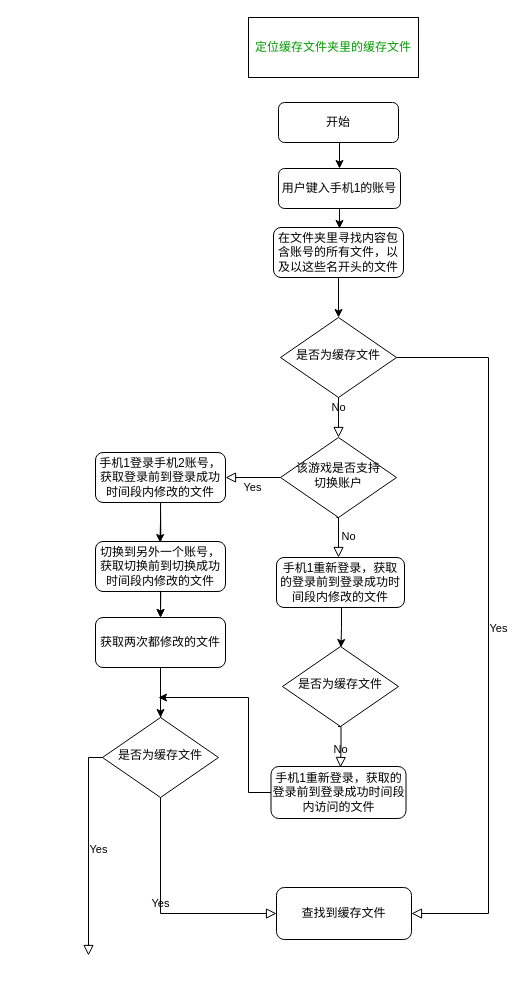
Above: loc_file.drawio in linxierr/TVGuoBT (draw.io), before the change. Source tidied: cells renumbered, new cells numbered last; positions are measured from the earlier drawing's top-left corner, leaving out a move shared by most shapes. Both pictures are drawn from the tidied source at 100%, with x=0, y=0 at pixel (88, 17).
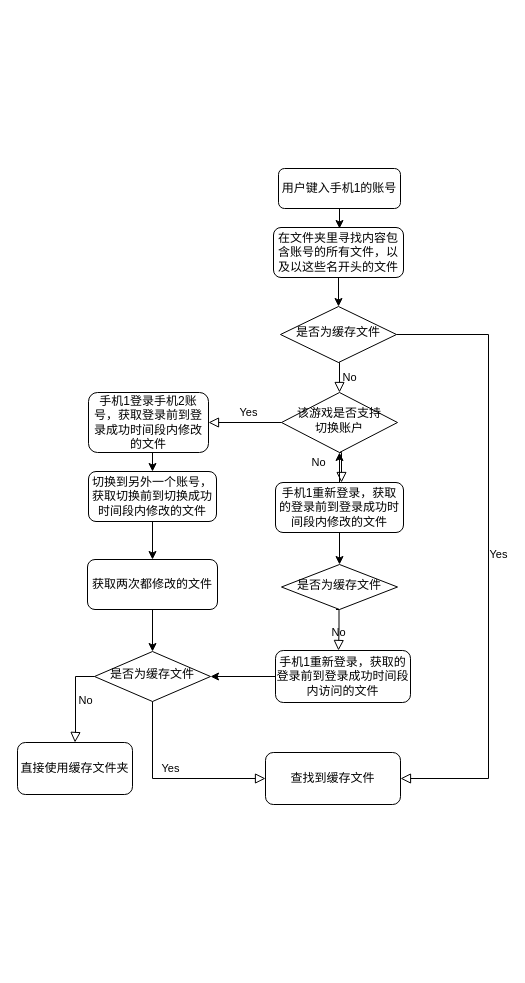
After the change.

The change refers to these unchanged cells:
```xml
<mxCell id="4" value="用户键入手机1的账号" style="rounded=1;whiteSpace=wrap;html=1;fontSize=12;glass=0;strokeWidth=1;shadow=0;" parent="1" vertex="1">
  <mxGeometry x="190" y="151" width="122" height="40" as="geometry" />
</mxCell>
```

The edit, as a diff of the source:
```diff
@@
-    <mxCell id="2" value="&lt;font color=&quot;#009900&quot;&gt;定位缓存文件夹里的缓存文件&lt;/font&gt;" style="rounded=0;whiteSpace=wrap;html=1;" parent="1" vertex="1">
-      <mxGeometry x="160" width="170" height="60" as="geometry" />
-    </mxCell>
-    <mxCell id="3" value="开始" style="rounded=1;whiteSpace=wrap;html=1;fontSize=12;glass=0;strokeWidth=1;shadow=0;" parent="1" vertex="1">
-      <mxGeometry x="190" y="85" width="120" height="40" as="geometry" />
-    </mxCell>
@@
-    <mxCell id="6" style="edgeStyle=orthogonalEdgeStyle;rounded=0;jettySize=auto;html=1;exitX=0.5;exitY=1;exitDx=0;exitDy=0;entryX=0.5;entryY=0;entryDx=0;entryDy=0;" parent="1" edge="1" source="3" target="4">
-      <mxGeometry relative="1" as="geometry" />
-    </mxCell>
@@
-    <mxCell id="8" style="edgeStyle=orthogonalEdgeStyle;rounded=0;jettySize=auto;html=1;" parent="1" edge="1" target="24">
-      <mxGeometry relative="1" as="geometry">
-        <mxPoint x="72" y="690" as="sourcePoint" />
-      </mxGeometry>
-    </mxCell>
     <mxCell id="9" value="是否为缓存文件" style="rhombus;whiteSpace=wrap;html=1;shadow=0;fontFamily=Helvetica;fontSize=12;align=center;strokeWidth=1;spacing=6;spacingTop=-4;" parent="1" vertex="1">
-      <mxGeometry x="192" y="300" width="116" height="80" as="geometry" />
+      <mxGeometry x="192" y="289" width="116" height="56" as="geometry" />
     </mxCell>
-    <mxCell id="10" value="No&lt;br&gt;" style="edgeStyle=orthogonalEdgeStyle;rounded=0;html=1;jettySize=auto;fontSize=11;endArrow=block;endFill=0;endSize=8;strokeWidth=1;shadow=0;labelBackgroundColor=none;exitX=0.5;exitY=1;exitDx=0;exitDy=0;" parent="1" edge="1" source="9">
-      <mxGeometry y="10" relative="1" as="geometry">
-        <mxPoint x="250" y="420" as="targetPoint" />
-      </mxGeometry>
+    <mxCell id="10" value="No&lt;br&gt;" style="edgeStyle=orthogonalEdgeStyle;rounded=0;html=1;jettySize=auto;fontSize=11;endArrow=block;endFill=0;endSize=8;strokeWidth=1;shadow=0;labelBackgroundColor=none;exitX=0.5;exitY=1;exitDx=0;exitDy=0;entryX=0.5;entryY=0;entryDx=0;entryDy=0;" parent="1" edge="1" source="9" target="12">
+      <mxGeometry y="10" relative="1" as="geometry" />
     </mxCell>
@@
     <mxCell id="12" value="该游戏是否支持&lt;br&gt;切换账户" style="rhombus;whiteSpace=wrap;html=1;shadow=0;fontFamily=Helvetica;fontSize=12;align=center;strokeWidth=1;spacing=6;spacingTop=-4;" parent="1" vertex="1">
-      <mxGeometry x="192" y="420" width="116" height="80" as="geometry" />
+      <mxGeometry x="193" y="375" width="116" height="60" as="geometry" />
     </mxCell>
-    <mxCell id="13" style="edgeStyle=orthogonalEdgeStyle;rounded=0;jettySize=auto;html=1;" parent="1" edge="1" source="15" target="19">
-      <mxGeometry relative="1" as="geometry" />
-    </mxCell>
-    <mxCell id="14" style="edgeStyle=orthogonalEdgeStyle;rounded=0;jettySize=auto;html=1;" parent="1" edge="1" target="19">
-      <mxGeometry relative="1" as="geometry">
-        <mxPoint x="72" y="485" as="sourcePoint" />
-      </mxGeometry>
+    <mxCell id="14" style="edgeStyle=orthogonalEdgeStyle;rounded=0;jettySize=auto;html=1;" parent="1" edge="1" source="17" target="19">
+      <mxGeometry relative="1" as="geometry" />
     </mxCell>
     <mxCell id="15" value="手机1登录手机2账号，获取登录前到登录成功时间段内修改的文件" style="rounded=1;whiteSpace=wrap;html=1;fontSize=12;glass=0;strokeWidth=1;shadow=0;" parent="1" vertex="1">
-      <mxGeometry x="7" y="435" width="130" height="50" as="geometry" />
+      <mxGeometry y="375" width="120" height="60" as="geometry" />
     </mxCell>
-    <mxCell id="16" value="Yes" style="edgeStyle=orthogonalEdgeStyle;rounded=0;html=1;jettySize=auto;fontSize=11;endArrow=block;endFill=0;endSize=8;strokeWidth=1;shadow=0;labelBackgroundColor=none;entryX=1;entryY=0.5;entryDx=0;entryDy=0;" parent="1" edge="1" target="15">
-      <mxGeometry y="10" relative="1" as="geometry">
-        <mxPoint x="192" y="460" as="sourcePoint" />
-        <Array as="points">
-          <mxPoint x="137" y="460" />
-          <mxPoint x="137" y="460" />
-        </Array>
-      </mxGeometry>
+    <mxCell id="16" value="Yes" style="edgeStyle=orthogonalEdgeStyle;rounded=0;html=1;jettySize=auto;fontSize=11;endArrow=block;endFill=0;endSize=8;strokeWidth=1;shadow=0;labelBackgroundColor=none;exitX=0;exitY=0.5;exitDx=0;exitDy=0;entryX=1;entryY=0.5;entryDx=0;entryDy=0;" parent="1" edge="1" source="12" target="15">
+      <mxGeometry x="-0.1" y="-10" relative="1" as="geometry" />
     </mxCell>
-    <mxCell id="17" value="切换到另外一个账号，获取切换前到切换成功时间段内修改的文件" style="rounded=1;whiteSpace=wrap;html=1;fontSize=12;glass=0;strokeWidth=1;shadow=0;" parent="1" vertex="1">
-      <mxGeometry x="7" y="524" width="130" height="50" as="geometry" />
-    </mxCell>
     <mxCell id="18" style="edgeStyle=orthogonalEdgeStyle;rounded=0;jettySize=auto;html=1;" parent="1" edge="1" source="19" target="24">
-      <mxGeometry relative="1" as="geometry" />
+      <mxGeometry relative="1" as="geometry">
+        <Array as="points">
+          <mxPoint x="64" y="655" />
+          <mxPoint x="64" y="655" />
+        </Array>
+      </mxGeometry>
     </mxCell>
     <mxCell id="19" value="获取两次都修改的文件" style="rounded=1;whiteSpace=wrap;html=1;fontSize=12;glass=0;strokeWidth=1;shadow=0;" parent="1" vertex="1">
-      <mxGeometry x="7" y="600" width="130" height="50" as="geometry" />
+      <mxGeometry x="-1" y="542" width="130" height="50" as="geometry" />
     </mxCell>
-    <mxCell id="20" style="edgeStyle=orthogonalEdgeStyle;rounded=0;orthogonalLoop=1;jettySize=auto;html=1;entryX=0.5;entryY=0;entryDx=0;entryDy=0;" parent="1" edge="1">
-      <mxGeometry relative="1" as="geometry">
-        <mxPoint x="72" y="485" as="sourcePoint" />
-        <mxPoint x="71.5" y="525" as="targetPoint" />
-        <Array as="points">
-          <mxPoint x="72" y="505" />
-        </Array>
-      </mxGeometry>
-    </mxCell>
+    <mxCell id="33" style="edgeStyle=orthogonalEdgeStyle;rounded=0;jettySize=auto;html=1;" parent="1" edge="1" source="21" target="12">
+      <mxGeometry relative="1" as="geometry" />
+    </mxCell>
     <mxCell id="21" value="手机1重新登录，获取的登录前到登录成功时间段内修改的文件&lt;br&gt;" style="rounded=1;whiteSpace=wrap;html=1;fontSize=12;glass=0;strokeWidth=1;shadow=0;" parent="1" vertex="1">
-      <mxGeometry x="188" y="540" width="128" height="50" as="geometry" />
+      <mxGeometry x="187" y="465" width="128" height="50" as="geometry" />
     </mxCell>
-    <mxCell id="22" style="edgeStyle=orthogonalEdgeStyle;rounded=0;orthogonalLoop=1;jettySize=auto;html=1;entryX=0.5;entryY=0;entryDx=0;entryDy=0;" parent="1" edge="1">
-      <mxGeometry relative="1" as="geometry">
-        <mxPoint x="253" y="590" as="sourcePoint" />
-        <mxPoint x="252.5" y="630" as="targetPoint" />
-        <Array as="points">
-          <mxPoint x="253" y="610" />
-        </Array>
-      </mxGeometry>
+    <mxCell id="22" style="edgeStyle=orthogonalEdgeStyle;rounded=0;jettySize=auto;html=1;entryX=0.5;entryY=0;entryDx=0;entryDy=0;exitX=0.5;exitY=1;exitDx=0;exitDy=0;" parent="1" edge="1" source="21" target="25">
+      <mxGeometry relative="1" as="geometry" />
     </mxCell>
-    <mxCell id="23" value="No" style="edgeStyle=orthogonalEdgeStyle;rounded=0;html=1;jettySize=auto;orthogonalLoop=1;fontSize=11;endArrow=block;endFill=0;endSize=8;strokeWidth=1;shadow=0;labelBackgroundColor=none;entryX=0.5;entryY=0;entryDx=0;entryDy=0;exitX=0.5;exitY=1;exitDx=0;exitDy=0;" parent="1" edge="1">
-      <mxGeometry y="10" relative="1" as="geometry">
-        <mxPoint x="248" y="500" as="sourcePoint" />
-        <mxPoint x="250" y="540" as="targetPoint" />
+    <mxCell id="23" value="No" style="edgeStyle=orthogonalEdgeStyle;rounded=0;html=1;jettySize=auto;orthogonalLoop=1;fontSize=11;endArrow=block;endFill=0;endSize=8;strokeWidth=1;shadow=0;labelBackgroundColor=none;exitX=0.5;exitY=1;exitDx=0;exitDy=0;" parent="1" edge="1">
+      <mxGeometry x="-0.25" y="-23" relative="1" as="geometry">
+        <mxPoint x="251" y="435" as="sourcePoint" />
+        <mxPoint x="253" y="465" as="targetPoint" />
         <Array as="points">
-          <mxPoint x="250" y="500" />
+          <mxPoint x="253" y="435" />
         </Array>
       </mxGeometry>
     </mxCell>
     <mxCell id="24" value="是否为缓存文件" style="rhombus;whiteSpace=wrap;html=1;shadow=0;fontFamily=Helvetica;fontSize=12;align=center;strokeWidth=1;spacing=6;spacingTop=-4;" parent="1" vertex="1">
-      <mxGeometry x="14" y="700" width="116" height="80" as="geometry" />
+      <mxGeometry x="6" y="634" width="116" height="50" as="geometry" />
     </mxCell>
     <mxCell id="25" value="是否为缓存文件" style="rhombus;whiteSpace=wrap;html=1;shadow=0;fontFamily=Helvetica;fontSize=12;align=center;strokeWidth=1;spacing=6;spacingTop=-4;" parent="1" vertex="1">
-      <mxGeometry x="194" y="629" width="116" height="80" as="geometry" />
+      <mxGeometry x="193" y="547" width="116" height="45" as="geometry" />
     </mxCell>
-    <mxCell id="26" style="edgeStyle=orthogonalEdgeStyle;rounded=0;jettySize=auto;html=1;" parent="1" edge="1" source="27">
-      <mxGeometry relative="1" as="geometry">
-        <mxPoint x="70" y="680" as="targetPoint" />
-        <Array as="points">
-          <mxPoint x="160" y="775" />
-          <mxPoint x="160" y="680" />
-        </Array>
-      </mxGeometry>
-    </mxCell>
+    <mxCell id="34" style="edgeStyle=orthogonalEdgeStyle;rounded=0;jettySize=auto;html=1;" parent="1" edge="1" source="27" target="24">
+      <mxGeometry relative="1" as="geometry" />
+    </mxCell>
     <mxCell id="27" value="手机1重新登录，获取的登录前到登录成功时间段内访问的文件" style="rounded=1;whiteSpace=wrap;html=1;fontSize=12;glass=0;strokeWidth=1;shadow=0;" parent="1" vertex="1">
-      <mxGeometry x="182.5" y="749" width="135" height="52" as="geometry" />
+      <mxGeometry x="187" y="633" width="135" height="52" as="geometry" />
     </mxCell>
     <mxCell id="28" value="No&lt;br&gt;" style="edgeStyle=orthogonalEdgeStyle;rounded=0;html=1;jettySize=auto;orthogonalLoop=1;fontSize=11;endArrow=block;endFill=0;endSize=8;strokeWidth=1;shadow=0;labelBackgroundColor=none;exitX=0.5;exitY=1;exitDx=0;exitDy=0;" parent="1" edge="1">
-      <mxGeometry x="0.19" relative="1" as="geometry">
-        <mxPoint x="249.5" y="709" as="sourcePoint" />
-        <mxPoint x="252" y="750" as="targetPoint" />
+      <mxGeometry x="0.18" relative="1" as="geometry">
+        <mxPoint x="247.5" y="592" as="sourcePoint" />
+        <mxPoint x="250" y="633" as="targetPoint" />
         <Array as="points">
-          <mxPoint x="252.5" y="709" />
-          <mxPoint x="252.5" y="730" />
+          <mxPoint x="250.5" y="592" />
+          <mxPoint x="250.5" y="613" />
         </Array>
       </mxGeometry>
     </mxCell>
     <mxCell id="29" value="查找到缓存文件" style="rounded=1;whiteSpace=wrap;html=1;fontSize=12;glass=0;strokeWidth=1;shadow=0;" parent="1" vertex="1">
-      <mxGeometry x="188" y="870" width="135" height="52" as="geometry" />
+      <mxGeometry x="177" y="735" width="135" height="52" as="geometry" />
     </mxCell>
     <mxCell id="30" value="Yes" style="edgeStyle=orthogonalEdgeStyle;rounded=0;html=1;jettySize=auto;fontSize=11;endArrow=block;endFill=0;endSize=8;strokeWidth=1;shadow=0;labelBackgroundColor=none;entryX=0;entryY=0.5;entryDx=0;entryDy=0;exitX=0.5;exitY=1;exitDx=0;exitDy=0;" parent="1" edge="1" source="24" target="29">
       <mxGeometry y="10" relative="1" as="geometry">
         <Array as="points">
-          <mxPoint x="72" y="896" />
+          <mxPoint x="64" y="761" />
         </Array>
       </mxGeometry>
     </mxCell>
     <mxCell id="31" value="Yes" style="edgeStyle=orthogonalEdgeStyle;rounded=0;html=1;jettySize=auto;fontSize=11;endArrow=block;endFill=0;endSize=8;strokeWidth=1;shadow=0;labelBackgroundColor=none;exitX=1;exitY=0.5;exitDx=0;exitDy=0;entryX=1;entryY=0.5;entryDx=0;entryDy=0;" parent="1" edge="1" source="9" target="29">
       <mxGeometry y="10" relative="1" as="geometry">
         <Array as="points">
-          <mxPoint x="400" y="340" />
-          <mxPoint x="400" y="896" />
+          <mxPoint x="400" y="317" />
+          <mxPoint x="400" y="761" />
         </Array>
       </mxGeometry>
     </mxCell>
-    <mxCell id="32" value="Yes" style="edgeStyle=orthogonalEdgeStyle;rounded=0;html=1;jettySize=auto;fontSize=11;endArrow=block;endFill=0;endSize=8;strokeWidth=1;shadow=0;labelBackgroundColor=none;exitX=0;exitY=0.5;exitDx=0;exitDy=0;" parent="1" edge="1" source="24">
+    <mxCell id="32" value="No" style="edgeStyle=orthogonalEdgeStyle;rounded=0;html=1;jettySize=auto;fontSize=11;endArrow=block;endFill=0;endSize=8;strokeWidth=1;shadow=0;labelBackgroundColor=none;exitX=0;exitY=0.5;exitDx=0;exitDy=0;entryX=0.5;entryY=0;entryDx=0;entryDy=0;" parent="1" edge="1" source="24" target="35">
       <mxGeometry y="10" relative="1" as="geometry">
-        <mxPoint y="938" as="targetPoint" />
         <Array as="points">
-          <mxPoint y="740" />
-          <mxPoint y="938" />
+          <mxPoint x="-13" y="659" />
+          <mxPoint x="-13" y="715" />
         </Array>
       </mxGeometry>
     </mxCell>
+    <mxCell id="35" value="直接使用缓存文件夹" style="rounded=1;whiteSpace=wrap;html=1;fontSize=12;glass=0;strokeWidth=1;shadow=0;" parent="1" vertex="1">
+      <mxGeometry x="-71" y="725" width="115" height="52" as="geometry" />
+    </mxCell>
+    <mxCell id="17" value="切换到另外一个账号，获取切换前到切换成功时间段内修改的文件" style="rounded=1;whiteSpace=wrap;html=1;fontSize=12;glass=0;strokeWidth=1;shadow=0;" parent="1" vertex="1">
+      <mxGeometry y="454" width="128" height="50" as="geometry" />
+    </mxCell>
+    <mxCell id="36" style="edgeStyle=orthogonalEdgeStyle;rounded=0;orthogonalLoop=1;jettySize=auto;html=1;entryX=0.5;entryY=0;entryDx=0;entryDy=0;" parent="1" edge="1" source="17" target="17">
+      <mxGeometry relative="1" as="geometry">
+        <Array as="points">
+          <mxPoint x="65" y="479" />
+          <mxPoint x="65" y="454" />
+        </Array>
+      </mxGeometry>
+    </mxCell>
+    <mxCell id="37" style="edgeStyle=orthogonalEdgeStyle;rounded=0;jettySize=auto;html=1;exitX=0.5;exitY=1;exitDx=0;exitDy=0;entryX=0.5;entryY=0;entryDx=0;entryDy=0;" parent="1" edge="1" source="15" target="17">
+      <mxGeometry relative="1" as="geometry" />
+    </mxCell>
```
